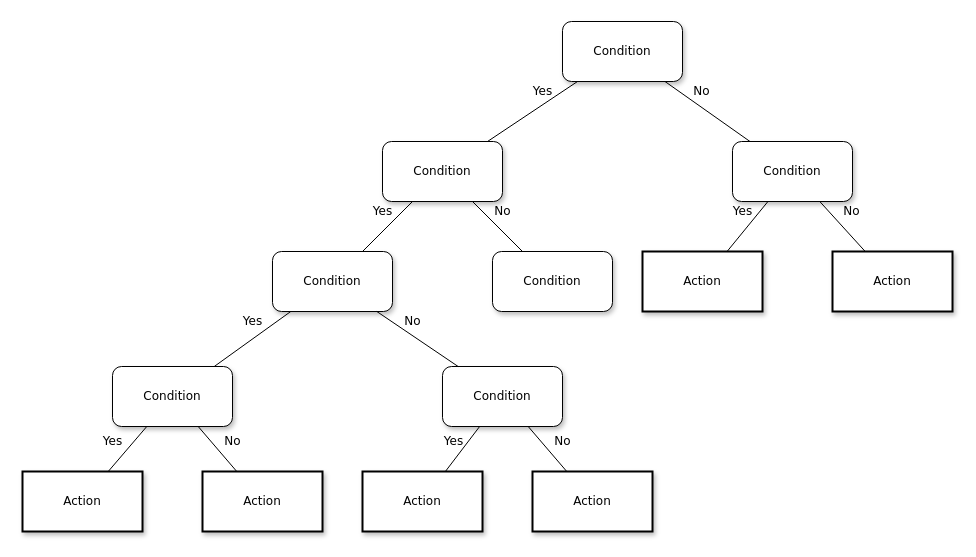
Earlier version of the draw.io diagram first_week/tree.drawio (gxxxh/Algorithm). Source tidied: cells renumbered, new cells numbered last; positions are measured from the earlier drawing's top-left corner, leaving out a move shared by most shapes. Both pictures are drawn from the tidied source at 100%, with x=0, y=0 at pixel (22, 21).
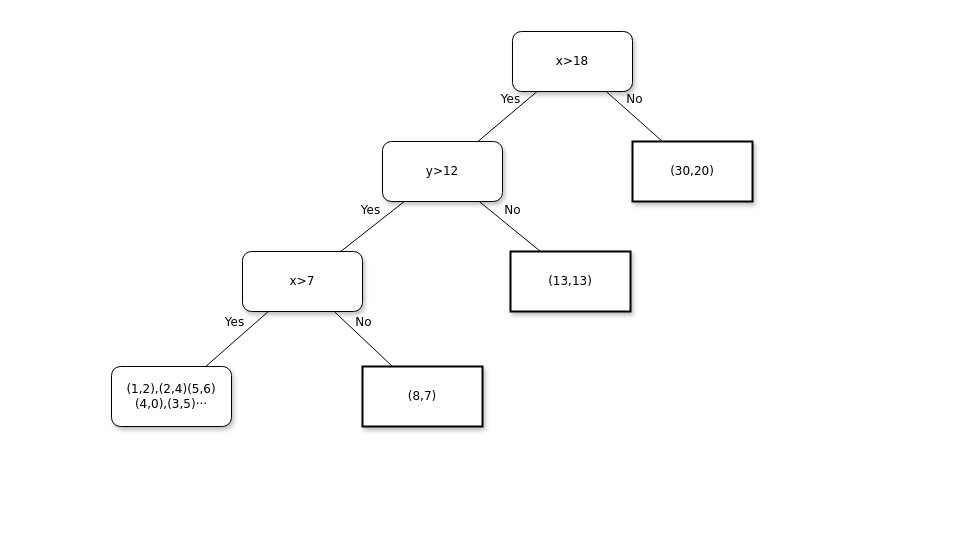
After the change.

Change to the diagram source:
```diff
@@
-    <mxCell id="2" value="Condition" style="whiteSpace=wrap;html=1;rounded=1;shadow=1;labelBackgroundColor=none;strokeWidth=1;fontFamily=Verdana;fontSize=12;align=center;" parent="1" vertex="1">
-      <mxGeometry x="540" width="120" height="60" as="geometry" />
+    <mxCell id="2" value="x&amp;gt;18" style="whiteSpace=wrap;html=1;rounded=1;shadow=1;labelBackgroundColor=none;strokeWidth=1;fontFamily=Verdana;fontSize=12;align=center;" parent="1" vertex="1">
+      <mxGeometry x="490" y="10" width="120" height="60" as="geometry" />
     </mxCell>
-    <mxCell id="3" value="&lt;span&gt;Condition&lt;/span&gt;" style="whiteSpace=wrap;html=1;rounded=1;shadow=1;labelBackgroundColor=none;strokeWidth=1;fontFamily=Verdana;fontSize=12;align=center;" parent="1" vertex="1">
+    <mxCell id="3" value="&lt;span&gt;y&amp;gt;12&lt;/span&gt;" style="whiteSpace=wrap;html=1;rounded=1;shadow=1;labelBackgroundColor=none;strokeWidth=1;fontFamily=Verdana;fontSize=12;align=center;" parent="1" vertex="1">
       <mxGeometry x="360" y="120" width="120" height="60" as="geometry" />
     </mxCell>
-    <mxCell id="4" value="&lt;span&gt;Condition&lt;/span&gt;" style="whiteSpace=wrap;html=1;rounded=1;shadow=1;labelBackgroundColor=none;strokeWidth=1;fontFamily=Verdana;fontSize=12;align=center;" parent="1" vertex="1">
-      <mxGeometry x="710" y="120" width="120" height="60" as="geometry" />
-    </mxCell>
-    <mxCell id="5" value="No" style="rounded=0;html=1;labelBackgroundColor=none;startArrow=none;startFill=0;startSize=5;endArrow=none;endFill=0;endSize=5;jettySize=auto;strokeWidth=1;fontFamily=Verdana;fontSize=12;" parent="1" edge="1" source="2" target="4">
+    <mxCell id="5" value="No" style="rounded=0;html=1;labelBackgroundColor=none;startArrow=none;startFill=0;startSize=5;endArrow=none;endFill=0;endSize=5;jettySize=auto;strokeWidth=1;fontFamily=Verdana;fontSize=12;entryX=0.25;entryY=0;entryDx=0;entryDy=0;" parent="1" edge="1" source="2" target="10">
       <mxGeometry x="-0.3" y="13" relative="1" as="geometry" />
     </mxCell>
@@
-    <mxCell id="7" value="&lt;span&gt;Condition&lt;/span&gt;" style="whiteSpace=wrap;html=1;rounded=1;shadow=1;labelBackgroundColor=none;strokeWidth=1;fontFamily=Verdana;fontSize=12;align=center;" parent="1" vertex="1">
-      <mxGeometry x="250" y="230" width="120" height="60" as="geometry" />
+    <mxCell id="7" value="&lt;span&gt;x&amp;gt;7&lt;/span&gt;" style="whiteSpace=wrap;html=1;rounded=1;shadow=1;labelBackgroundColor=none;strokeWidth=1;fontFamily=Verdana;fontSize=12;align=center;" parent="1" vertex="1">
+      <mxGeometry x="220" y="230" width="120" height="60" as="geometry" />
     </mxCell>
-    <mxCell id="8" value="&lt;span&gt;Condition&lt;/span&gt;" style="whiteSpace=wrap;html=1;rounded=1;shadow=1;labelBackgroundColor=none;strokeWidth=1;fontFamily=Verdana;fontSize=12;align=center;" parent="1" vertex="1">
-      <mxGeometry x="470" y="230" width="120" height="60" as="geometry" />
-    </mxCell>
-    <mxCell id="9" value="&lt;span&gt;Action&lt;/span&gt;" style="whiteSpace=wrap;html=1;rounded=0;shadow=1;labelBackgroundColor=none;strokeWidth=2;fontFamily=Verdana;fontSize=12;align=center;" parent="1" vertex="1">
-      <mxGeometry x="620" y="230" width="120" height="60" as="geometry" />
-    </mxCell>
-    <mxCell id="10" value="&lt;span&gt;Action&lt;/span&gt;" style="whiteSpace=wrap;html=1;rounded=0;shadow=1;labelBackgroundColor=none;strokeWidth=2;fontFamily=Verdana;fontSize=12;align=center;" parent="1" vertex="1">
-      <mxGeometry x="810" y="230" width="120" height="60" as="geometry" />
+    <mxCell id="10" value="(30,20)" style="whiteSpace=wrap;html=1;rounded=0;shadow=1;labelBackgroundColor=none;strokeWidth=2;fontFamily=Verdana;fontSize=12;align=center;" parent="1" vertex="1">
+      <mxGeometry x="610" y="120" width="120" height="60" as="geometry" />
     </mxCell>
-    <mxCell id="11" value="&lt;span&gt;Condition&lt;/span&gt;" style="whiteSpace=wrap;html=1;rounded=1;shadow=1;labelBackgroundColor=none;strokeWidth=1;fontFamily=Verdana;fontSize=12;align=center;" parent="1" vertex="1">
-      <mxGeometry x="90" y="345" width="120" height="60" as="geometry" />
+    <mxCell id="11" value="(1,2),(2,4)(5,6)(4,0),(3,5)···" style="whiteSpace=wrap;html=1;rounded=1;shadow=1;labelBackgroundColor=none;strokeWidth=1;fontFamily=Verdana;fontSize=12;align=center;" parent="1" vertex="1">
+      <mxGeometry x="89" y="345" width="120" height="60" as="geometry" />
     </mxCell>
-    <mxCell id="12" value="&lt;span&gt;Condition&lt;/span&gt;" style="whiteSpace=wrap;html=1;rounded=1;shadow=1;labelBackgroundColor=none;strokeWidth=1;fontFamily=Verdana;fontSize=12;align=center;" parent="1" vertex="1">
-      <mxGeometry x="420" y="345" width="120" height="60" as="geometry" />
-    </mxCell>
@@
-    <mxCell id="14" value="No" style="rounded=0;html=1;labelBackgroundColor=none;startArrow=none;startFill=0;startSize=5;endArrow=none;endFill=0;endSize=5;jettySize=auto;strokeWidth=1;fontFamily=Verdana;fontSize=12;" parent="1" edge="1" source="3" target="8">
+    <mxCell id="14" value="No" style="rounded=0;html=1;labelBackgroundColor=none;startArrow=none;startFill=0;startSize=5;endArrow=none;endFill=0;endSize=5;jettySize=auto;strokeWidth=1;fontFamily=Verdana;fontSize=12;entryX=0.25;entryY=0;entryDx=0;entryDy=0;" parent="1" edge="1" source="3" target="27">
       <mxGeometry x="-0.2" y="14" relative="1" as="geometry" />
     </mxCell>
-    <mxCell id="15" value="Yes" style="rounded=0;html=1;labelBackgroundColor=none;startArrow=none;startFill=0;startSize=5;endArrow=none;endFill=0;endSize=5;jettySize=auto;strokeWidth=1;fontFamily=Verdana;fontSize=12;" parent="1" edge="1" source="4" target="9">
-      <mxGeometry x="-0.26" y="-13" relative="1" as="geometry" />
-    </mxCell>
-    <mxCell id="16" value="No" style="rounded=0;html=1;labelBackgroundColor=none;startArrow=none;startFill=0;startSize=5;endArrow=none;endFill=0;endSize=5;jettySize=auto;strokeWidth=1;fontFamily=Verdana;fontSize=12;" parent="1" edge="1" source="4" target="10">
-      <mxGeometry x="-0.13" y="17" relative="1" as="geometry" />
-    </mxCell>
@@
-    <mxCell id="18" value="No" style="rounded=0;html=1;labelBackgroundColor=none;startArrow=none;startFill=0;startSize=5;endArrow=none;endFill=0;endSize=5;jettySize=auto;strokeWidth=1;fontFamily=Verdana;fontSize=12;" parent="1" edge="1" source="7" target="12">
+    <mxCell id="18" value="No" style="rounded=0;html=1;labelBackgroundColor=none;startArrow=none;startFill=0;startSize=5;endArrow=none;endFill=0;endSize=5;jettySize=auto;strokeWidth=1;fontFamily=Verdana;fontSize=12;entryX=0.25;entryY=0;entryDx=0;entryDy=0;" parent="1" edge="1" source="7" target="22">
       <mxGeometry x="-0.28" y="12" relative="1" as="geometry" />
     </mxCell>
-    <mxCell id="19" value="Action" style="whiteSpace=wrap;html=1;rounded=0;shadow=1;labelBackgroundColor=none;strokeWidth=2;fontFamily=Verdana;fontSize=12;align=center;" parent="1" vertex="1">
-      <mxGeometry y="450" width="120" height="60" as="geometry" />
-    </mxCell>
-    <mxCell id="20" value="&lt;span&gt;Action&lt;/span&gt;" style="whiteSpace=wrap;html=1;rounded=0;shadow=1;labelBackgroundColor=none;strokeWidth=2;fontFamily=Verdana;fontSize=12;align=center;" parent="1" vertex="1">
-      <mxGeometry x="180" y="450" width="120" height="60" as="geometry" />
-    </mxCell>
-    <mxCell id="21" value="&lt;span&gt;Action&lt;/span&gt;" style="whiteSpace=wrap;html=1;rounded=0;shadow=1;labelBackgroundColor=none;strokeWidth=2;fontFamily=Verdana;fontSize=12;align=center;" parent="1" vertex="1">
-      <mxGeometry x="340" y="450" width="120" height="60" as="geometry" />
-    </mxCell>
-    <mxCell id="22" value="&lt;span&gt;Action&lt;/span&gt;" style="whiteSpace=wrap;html=1;rounded=0;shadow=1;labelBackgroundColor=none;strokeWidth=2;fontFamily=Verdana;fontSize=12;align=center;" parent="1" vertex="1">
-      <mxGeometry x="510" y="450" width="120" height="60" as="geometry" />
+    <mxCell id="22" value="(8,7)" style="whiteSpace=wrap;html=1;rounded=0;shadow=1;labelBackgroundColor=none;strokeWidth=2;fontFamily=Verdana;fontSize=12;align=center;" parent="1" vertex="1">
+      <mxGeometry x="340" y="345" width="120" height="60" as="geometry" />
     </mxCell>
-    <mxCell id="23" value="Yes" style="rounded=0;html=1;labelBackgroundColor=none;startArrow=none;startFill=0;startSize=5;endArrow=none;endFill=0;endSize=5;jettySize=auto;strokeWidth=1;fontFamily=Verdana;fontSize=12;" parent="1" edge="1" source="11" target="19">
-      <mxGeometry x="0.14" y="-16" relative="1" as="geometry" />
-    </mxCell>
-    <mxCell id="24" value="No" style="rounded=0;html=1;labelBackgroundColor=none;startArrow=none;startFill=0;startSize=5;endArrow=none;endFill=0;endSize=5;jettySize=auto;strokeWidth=1;fontFamily=Verdana;fontSize=12;" parent="1" edge="1" source="11" target="20">
-      <mxGeometry x="0.14" y="16" relative="1" as="geometry" />
-    </mxCell>
-    <mxCell id="25" value="Yes" style="rounded=0;html=1;labelBackgroundColor=none;startArrow=none;startFill=0;startSize=5;endArrow=none;endFill=0;endSize=5;jettySize=auto;strokeWidth=1;fontFamily=Verdana;fontSize=12;" parent="1" edge="1" source="12" target="21">
-      <mxGeometry y="-12" relative="1" as="geometry" />
-    </mxCell>
-    <mxCell id="26" value="No" style="rounded=0;html=1;labelBackgroundColor=none;startArrow=none;startFill=0;startSize=5;endArrow=none;endFill=0;endSize=5;jettySize=auto;strokeWidth=1;fontFamily=Verdana;fontSize=12;" parent="1" edge="1" source="12" target="22">
-      <mxGeometry x="0.14" y="16" relative="1" as="geometry" />
-    </mxCell>
+    <mxCell id="27" value="(13,13)" style="whiteSpace=wrap;html=1;rounded=0;shadow=1;labelBackgroundColor=none;strokeWidth=2;fontFamily=Verdana;fontSize=12;align=center;" parent="1" vertex="1">
+      <mxGeometry x="488" y="230" width="120" height="60" as="geometry" />
+    </mxCell>
```
